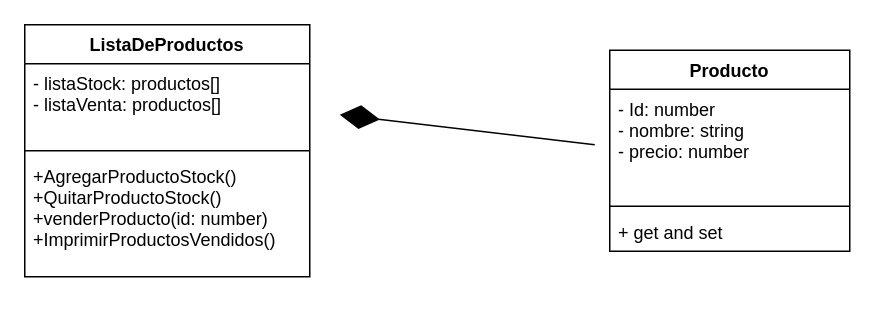
Before: control-de-stock/kiosko.drawio in AyelenPorqueres/ejercicios-para-entregar-2docuatri, a draw.io diagram. Source tidied: cells renumbered, new cells numbered last; positions are measured from the earlier drawing's top-left corner, leaving out a move shared by most shapes. Both pictures are drawn from the tidied source at 150%, with x=0, y=0 at pixel (24, 24).
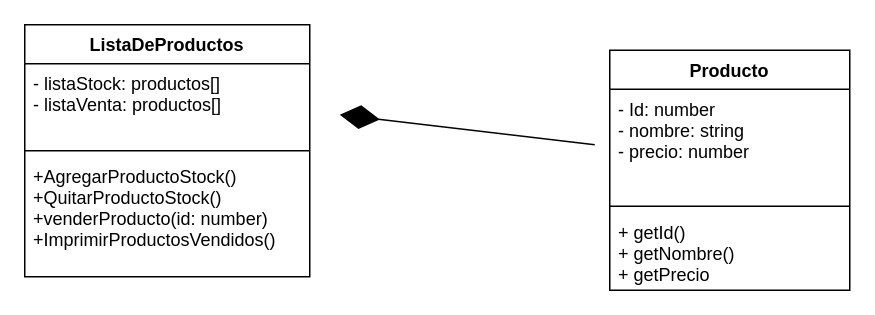
After the change.

Change to the diagram source:
```diff
@@
 <mxGraphModel>
   <root>
     <mxCell id="0" />
     <mxCell id="1" parent="0" />
     <mxCell id="2" value="ListaDeProductos" style="swimlane;fontStyle=1;align=center;verticalAlign=top;horizontal=1;startSize=26;" parent="1" vertex="1">
       <mxGeometry width="190" height="168" as="geometry" />
     </mxCell>
     <mxCell id="3" value="- listaStock: productos[]&#10;- listaVenta: productos[]" style="text;strokeColor=none;fillColor=none;align=left;verticalAlign=top;spacingLeft=4;spacingRight=4;overflow=hidden;" parent="2" vertex="1">
       <mxGeometry y="26" width="190" height="54" as="geometry" />
     </mxCell>
     <mxCell id="4" style="line;strokeWidth=1;fillColor=none;align=left;verticalAlign=middle;spacingTop=-1;spacingLeft=3;spacingRight=3;labelPosition=right;strokeColor=inherit;" parent="2" vertex="1">
       <mxGeometry y="80" width="190" height="8" as="geometry" />
     </mxCell>
     <mxCell id="5" value="+AgregarProductoStock()&#10;+QuitarProductoStock()&#10;+venderProducto(id: number)&#10;+ImprimirProductosVendidos()&#10; " style="text;strokeColor=none;fillColor=none;align=left;verticalAlign=top;spacingLeft=4;spacingRight=4;overflow=hidden;" parent="2" vertex="1">
       <mxGeometry y="88" width="190" height="80" as="geometry" />
     </mxCell>
     <mxCell id="6" value="Producto" style="swimlane;fontStyle=1;align=center;verticalAlign=top;horizontal=1;startSize=26;" parent="1" vertex="1">
-      <mxGeometry x="390" y="17" width="160" height="134" as="geometry" />
+      <mxGeometry x="390" y="17" width="160" height="160" as="geometry" />
     </mxCell>
     <mxCell id="7" value="- Id: number&#10;- nombre: string&#10;- precio: number&#10;" style="text;strokeColor=none;fillColor=none;align=left;verticalAlign=top;spacingLeft=4;spacingRight=4;overflow=hidden;" parent="6" vertex="1">
       <mxGeometry y="26" width="160" height="74" as="geometry" />
     </mxCell>
     <mxCell id="8" style="line;strokeWidth=1;fillColor=none;align=left;verticalAlign=middle;spacingTop=-1;spacingLeft=3;spacingRight=3;labelPosition=right;strokeColor=inherit;" parent="6" vertex="1">
       <mxGeometry y="100" width="160" height="8" as="geometry" />
     </mxCell>
-    <mxCell id="9" value="+ get and set" style="text;strokeColor=none;fillColor=none;align=left;verticalAlign=top;spacingLeft=4;spacingRight=4;overflow=hidden;" parent="6" vertex="1">
-      <mxGeometry y="108" width="160" height="26" as="geometry" />
+    <mxCell id="9" value="+ getId()&#10;+ getNombre()&#10;+ getPrecio" style="text;strokeColor=none;fillColor=none;align=left;verticalAlign=top;spacingLeft=4;spacingRight=4;overflow=hidden;" parent="6" vertex="1">
+      <mxGeometry y="108" width="160" height="52" as="geometry" />
     </mxCell>
     <mxCell id="10" style="endArrow=diamondThin;endFill=1;endSize=24;html=1;" parent="1" edge="1">
       <mxGeometry relative="1" as="geometry">
         <mxPoint x="380" y="80" as="sourcePoint" />
         <mxPoint x="210" y="60" as="targetPoint" />
       </mxGeometry>
     </mxCell>
   </root>
 </mxGraphModel>
```
